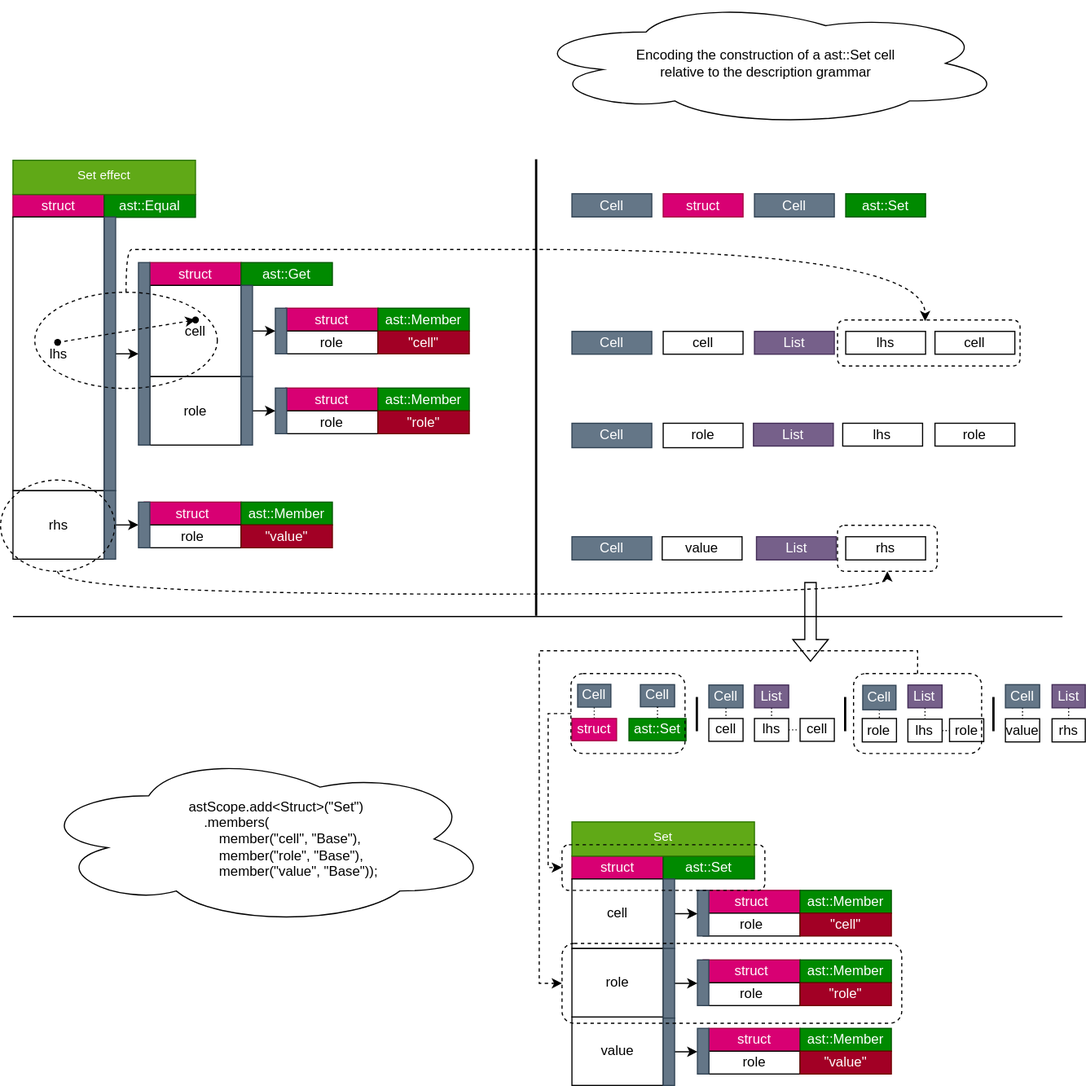
Above: doc/diagrams/SampleBuilder.svg in hun-nemethpeter/InfoCell (draw.io), before the change. Source tidied: cells renumbered, new cells last; positions are measured from the earlier drawing's top-left corner, leaving out a move shared by most shapes.
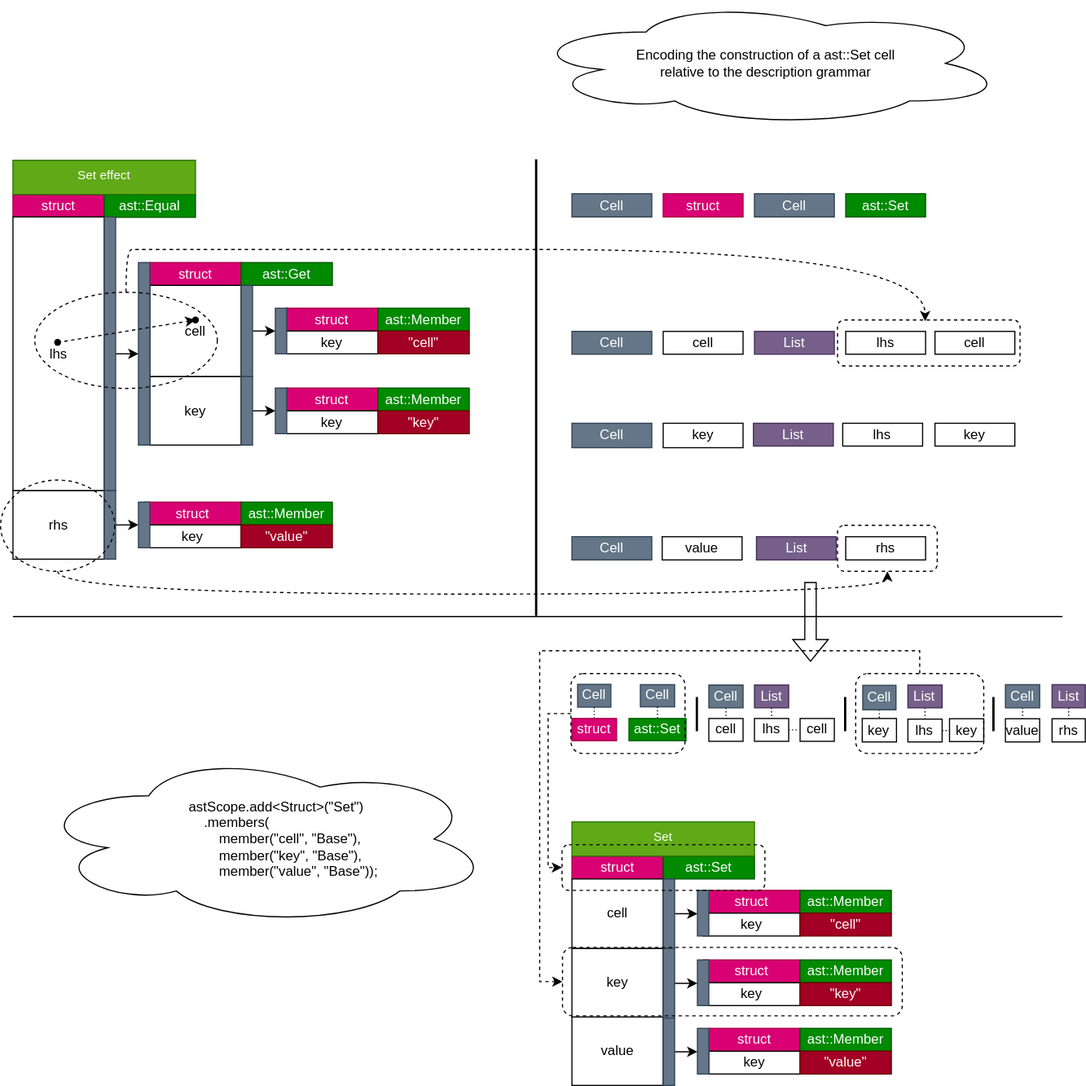
Above is the later version.

Diff of the diagram source:
```diff
@@ -50,13 +50,13 @@
     <mxCell id="15" value="List" style="rounded=0;whiteSpace=wrap;html=1;fillColor=#76608a;fontColor=#ffffff;strokeColor=#432D57;" parent="1" vertex="1">
       <mxGeometry x="660" y="370.5" width="70" height="20" as="geometry" />
     </mxCell>
-    <mxCell id="16" value="role" style="rounded=0;whiteSpace=wrap;html=1;" parent="1" vertex="1">
+    <mxCell id="16" value="key" style="rounded=0;whiteSpace=wrap;html=1;" parent="1" vertex="1">
       <mxGeometry x="580.9" y="370.5" width="70" height="21.4" as="geometry" />
     </mxCell>
     <mxCell id="17" value="lhs" style="rounded=0;whiteSpace=wrap;html=1;" parent="1" vertex="1">
       <mxGeometry x="738.2" y="370.5" width="70" height="20" as="geometry" />
     </mxCell>
-    <mxCell id="18" value="role" style="rounded=0;whiteSpace=wrap;html=1;" parent="1" vertex="1">
+    <mxCell id="18" value="key" style="rounded=0;whiteSpace=wrap;html=1;" parent="1" vertex="1">
       <mxGeometry x="819.1" y="370.5" width="70" height="20" as="geometry" />
     </mxCell>
     <mxCell id="19" value="Cell" style="rounded=0;whiteSpace=wrap;html=1;fillColor=#647687;fontColor=#ffffff;strokeColor=#314354;" parent="1" vertex="1">
@@ -95,7 +95,7 @@
     <mxCell id="30" value="cell" style="rounded=0;whiteSpace=wrap;html=1;" parent="1" vertex="1">
       <mxGeometry x="130.9" y="249.7" width="80" height="80" as="geometry" />
     </mxCell>
-    <mxCell id="31" value="role" style="rounded=0;whiteSpace=wrap;html=1;" parent="1" vertex="1">
+    <mxCell id="31" value="key" style="rounded=0;whiteSpace=wrap;html=1;" parent="1" vertex="1">
       <mxGeometry x="130.9" y="329.7" width="80" height="60" as="geometry" />
     </mxCell>
     <mxCell id="32" style="rounded=0;whiteSpace=wrap;html=1;fontFamily=Helvetica;fontSize=11;fontColor=#ffffff;fillColor=#647687;strokeColor=#314354;" parent="1" vertex="1">
@@ -107,7 +107,7 @@
     <mxCell id="34" value="ast::Member" style="rounded=0;whiteSpace=wrap;html=1;fillColor=#008a00;fontColor=#ffffff;strokeColor=#005700;" parent="1" vertex="1">
       <mxGeometry x="330.9" y="269.7" width="80" height="20" as="geometry" />
     </mxCell>
-    <mxCell id="35" value="role" style="rounded=0;whiteSpace=wrap;html=1;" parent="1" vertex="1">
+    <mxCell id="35" value="key" style="rounded=0;whiteSpace=wrap;html=1;" parent="1" vertex="1">
       <mxGeometry x="250" y="289.7" width="80.9" height="20" as="geometry" />
     </mxCell>
     <mxCell id="36" value="&quot;cell&quot;" style="rounded=0;whiteSpace=wrap;html=1;fillColor=#a20025;fontColor=#ffffff;strokeColor=#6F0000;" parent="1" vertex="1">
@@ -122,10 +122,10 @@
     <mxCell id="39" value="ast::Member" style="rounded=0;whiteSpace=wrap;html=1;fillColor=#008a00;fontColor=#ffffff;strokeColor=#005700;" parent="1" vertex="1">
       <mxGeometry x="330.9" y="339.7" width="80" height="20" as="geometry" />
     </mxCell>
-    <mxCell id="40" value="role" style="rounded=0;whiteSpace=wrap;html=1;" parent="1" vertex="1">
+    <mxCell id="40" value="key" style="rounded=0;whiteSpace=wrap;html=1;" parent="1" vertex="1">
       <mxGeometry x="250" y="359.7" width="80.9" height="20" as="geometry" />
     </mxCell>
-    <mxCell id="41" value="&quot;role&quot;" style="rounded=0;whiteSpace=wrap;html=1;fillColor=#a20025;fontColor=#ffffff;strokeColor=#6F0000;" parent="1" vertex="1">
+    <mxCell id="41" value="&quot;key&quot;" style="rounded=0;whiteSpace=wrap;html=1;fillColor=#a20025;fontColor=#ffffff;strokeColor=#6F0000;" parent="1" vertex="1">
       <mxGeometry x="330.9" y="359.7" width="80" height="20" as="geometry" />
     </mxCell>
     <mxCell id="42" style="rounded=0;whiteSpace=wrap;html=1;fontFamily=Helvetica;fontSize=11;fontColor=#ffffff;fillColor=#647687;strokeColor=#314354;" parent="1" vertex="1">
@@ -161,7 +161,7 @@
     <mxCell id="52" value="ast::Member" style="rounded=0;whiteSpace=wrap;html=1;fillColor=#008a00;fontColor=#ffffff;strokeColor=#005700;" parent="1" vertex="1">
       <mxGeometry x="210.9" y="439.7" width="80" height="20" as="geometry" />
     </mxCell>
-    <mxCell id="53" value="role" style="rounded=0;whiteSpace=wrap;html=1;" parent="1" vertex="1">
+    <mxCell id="53" value="key" style="rounded=0;whiteSpace=wrap;html=1;" parent="1" vertex="1">
       <mxGeometry x="125.9" y="459.7" width="85" height="20" as="geometry" />
     </mxCell>
     <mxCell id="54" value="&quot;value&quot;" style="rounded=0;whiteSpace=wrap;html=1;fillColor=#a20025;fontColor=#ffffff;strokeColor=#6F0000;" parent="1" vertex="1">
@@ -170,7 +170,7 @@
     <mxCell id="55" style="rounded=0;whiteSpace=wrap;html=1;fontFamily=Helvetica;fontSize=11;fontColor=#ffffff;fillColor=#647687;strokeColor=#314354;" parent="1" vertex="1">
       <mxGeometry x="120.9" y="439.7" width="10" height="40" as="geometry" />
     </mxCell>
-    <mxCell id="56" value="&lt;blockquote style=&quot;margin: 0 0 0 40px; border: none; padding: 0px;&quot;&gt;&lt;blockquote style=&quot;margin: 0 0 0 40px; border: none; padding: 0px;&quot;&gt;&lt;blockquote style=&quot;margin: 0 0 0 40px; border: none; padding: 0px;&quot;&gt;&lt;div&gt;&amp;nbsp; &amp;nbsp; astScope.add&amp;lt;Struct&amp;gt;(&quot;Set&quot;)&lt;/div&gt;&lt;/blockquote&gt;&lt;/blockquote&gt;&lt;blockquote style=&quot;margin: 0 0 0 40px; border: none; padding: 0px;&quot;&gt;&lt;blockquote style=&quot;margin: 0 0 0 40px; border: none; padding: 0px;&quot;&gt;&lt;div&gt;&lt;span style=&quot;background-color: transparent; color: light-dark(rgb(0, 0, 0), rgb(255, 255, 255));&quot;&gt;&amp;nbsp; &amp;nbsp; &amp;nbsp; &amp;nbsp; .members(&lt;/span&gt;&lt;/div&gt;&lt;/blockquote&gt;&lt;/blockquote&gt;&lt;blockquote style=&quot;margin: 0 0 0 40px; border: none; padding: 0px;&quot;&gt;&lt;blockquote style=&quot;margin: 0 0 0 40px; border: none; padding: 0px;&quot;&gt;&lt;div&gt;&amp;nbsp; &amp;nbsp; &amp;nbsp; &amp;nbsp; &amp;nbsp; &amp;nbsp; member(&quot;cell&quot;, &quot;Base&quot;),&lt;/div&gt;&lt;/blockquote&gt;&lt;/blockquote&gt;&lt;blockquote style=&quot;margin: 0 0 0 40px; border: none; padding: 0px;&quot;&gt;&lt;blockquote style=&quot;margin: 0 0 0 40px; border: none; padding: 0px;&quot;&gt;&lt;div&gt;&amp;nbsp; &amp;nbsp; &amp;nbsp; &amp;nbsp; &amp;nbsp; &amp;nbsp; member(&quot;role&quot;, &quot;Base&quot;),&lt;/div&gt;&lt;/blockquote&gt;&lt;/blockquote&gt;&lt;blockquote style=&quot;margin: 0 0 0 40px; border: none; padding: 0px;&quot;&gt;&lt;blockquote style=&quot;margin: 0 0 0 40px; border: none; padding: 0px;&quot;&gt;&lt;div&gt;&amp;nbsp; &amp;nbsp; &amp;nbsp; &amp;nbsp; &amp;nbsp; &amp;nbsp; member(&quot;value&quot;, &quot;Base&quot;));&lt;/div&gt;&lt;/blockquote&gt;&lt;/blockquote&gt;&lt;/blockquote&gt;" style="ellipse;shape=cloud;whiteSpace=wrap;html=1;align=left;" parent="1" vertex="1">
+    <mxCell id="56" value="&lt;blockquote style=&quot;margin: 0 0 0 40px; border: none; padding: 0px;&quot;&gt;&lt;blockquote style=&quot;margin: 0 0 0 40px; border: none; padding: 0px;&quot;&gt;&lt;blockquote style=&quot;margin: 0 0 0 40px; border: none; padding: 0px;&quot;&gt;&lt;div&gt;&amp;nbsp; &amp;nbsp; astScope.add&amp;lt;Struct&amp;gt;(&quot;Set&quot;)&lt;/div&gt;&lt;/blockquote&gt;&lt;/blockquote&gt;&lt;blockquote style=&quot;margin: 0 0 0 40px; border: none; padding: 0px;&quot;&gt;&lt;blockquote style=&quot;margin: 0 0 0 40px; border: none; padding: 0px;&quot;&gt;&lt;div&gt;&lt;span style=&quot;background-color: transparent; color: light-dark(rgb(0, 0, 0), rgb(255, 255, 255));&quot;&gt;&amp;nbsp; &amp;nbsp; &amp;nbsp; &amp;nbsp; .members(&lt;/span&gt;&lt;/div&gt;&lt;/blockquote&gt;&lt;/blockquote&gt;&lt;blockquote style=&quot;margin: 0 0 0 40px; border: none; padding: 0px;&quot;&gt;&lt;blockquote style=&quot;margin: 0 0 0 40px; border: none; padding: 0px;&quot;&gt;&lt;div&gt;&amp;nbsp; &amp;nbsp; &amp;nbsp; &amp;nbsp; &amp;nbsp; &amp;nbsp; member(&quot;cell&quot;, &quot;Base&quot;),&lt;/div&gt;&lt;/blockquote&gt;&lt;/blockquote&gt;&lt;blockquote style=&quot;margin: 0 0 0 40px; border: none; padding: 0px;&quot;&gt;&lt;blockquote style=&quot;margin: 0 0 0 40px; border: none; padding: 0px;&quot;&gt;&lt;div&gt;&amp;nbsp; &amp;nbsp; &amp;nbsp; &amp;nbsp; &amp;nbsp; &amp;nbsp; member(&quot;key&quot;, &quot;Base&quot;),&lt;/div&gt;&lt;/blockquote&gt;&lt;/blockquote&gt;&lt;blockquote style=&quot;margin: 0 0 0 40px; border: none; padding: 0px;&quot;&gt;&lt;blockquote style=&quot;margin: 0 0 0 40px; border: none; padding: 0px;&quot;&gt;&lt;div&gt;&amp;nbsp; &amp;nbsp; &amp;nbsp; &amp;nbsp; &amp;nbsp; &amp;nbsp; member(&quot;value&quot;, &quot;Base&quot;));&lt;/div&gt;&lt;/blockquote&gt;&lt;/blockquote&gt;&lt;/blockquote&gt;" style="ellipse;shape=cloud;whiteSpace=wrap;html=1;align=left;" parent="1" vertex="1">
       <mxGeometry x="30" y="659.1" width="400" height="151.8" as="geometry" />
     </mxCell>
     <mxCell id="57" style="rounded=1;whiteSpace=wrap;html=1;fillColor=none;dashed=1;" parent="1" vertex="1">
@@ -253,7 +253,7 @@
     <mxCell id="81" value="List" style="rounded=0;whiteSpace=wrap;html=1;fillColor=#76608a;fontColor=#ffffff;strokeColor=#432D57;" parent="1" vertex="1">
       <mxGeometry x="795.4" y="600" width="30" height="20" as="geometry" />
     </mxCell>
-    <mxCell id="82" value="role" style="rounded=0;whiteSpace=wrap;html=1;" parent="1" vertex="1">
+    <mxCell id="82" value="key" style="rounded=0;whiteSpace=wrap;html=1;" parent="1" vertex="1">
       <mxGeometry x="755.4" y="629.3" width="30" height="20.6" as="geometry" />
     </mxCell>
     <mxCell id="83" style="edgeStyle=orthogonalEdgeStyle;rounded=0;jettySize=auto;html=1;exitX=1;exitY=0.5;exitDx=0;exitDy=0;entryX=0;entryY=0.5;entryDx=0;entryDy=0;endArrow=none;endFill=0;dashed=1;dashPattern=1 2;" parent="1" edge="1" source="84" target="85">
@@ -262,7 +262,7 @@
     <mxCell id="84" value="lhs" style="rounded=0;whiteSpace=wrap;html=1;" parent="1" vertex="1">
       <mxGeometry x="795.4" y="629.9" width="30" height="20" as="geometry" />
     </mxCell>
-    <mxCell id="85" value="role" style="rounded=0;whiteSpace=wrap;html=1;" parent="1" vertex="1">
+    <mxCell id="85" value="key" style="rounded=0;whiteSpace=wrap;html=1;" parent="1" vertex="1">
       <mxGeometry x="831.9" y="629.6" width="30" height="20" as="geometry" />
     </mxCell>
     <mxCell id="86" style="edgeStyle=orthogonalEdgeStyle;rounded=0;jettySize=auto;html=1;exitX=0.5;exitY=1;exitDx=0;exitDy=0;entryX=0.5;entryY=0;entryDx=0;entryDy=0;endArrow=none;endFill=0;dashed=1;dashPattern=1 2;" parent="1" edge="1" source="87" target="90">
@@ -328,7 +328,7 @@
     <mxCell id="103" value="ast::Member" style="rounded=0;whiteSpace=wrap;html=1;fillColor=#008a00;fontColor=#ffffff;strokeColor=#005700;" parent="1" vertex="1">
       <mxGeometry x="700.9" y="780" width="80" height="20" as="geometry" />
     </mxCell>
-    <mxCell id="104" value="role" style="rounded=0;whiteSpace=wrap;html=1;" parent="1" vertex="1">
+    <mxCell id="104" value="key" style="rounded=0;whiteSpace=wrap;html=1;" parent="1" vertex="1">
       <mxGeometry x="615.9" y="800" width="85" height="20" as="geometry" />
     </mxCell>
     <mxCell id="105" value="&quot;cell&quot;" style="rounded=0;whiteSpace=wrap;html=1;fillColor=#a20025;fontColor=#ffffff;strokeColor=#6F0000;" parent="1" vertex="1">
@@ -343,10 +343,10 @@
     <mxCell id="108" value="ast::Member" style="rounded=0;whiteSpace=wrap;html=1;fillColor=#008a00;fontColor=#ffffff;strokeColor=#005700;" parent="1" vertex="1">
       <mxGeometry x="700.9" y="841" width="80" height="20" as="geometry" />
     </mxCell>
-    <mxCell id="109" value="role" style="rounded=0;whiteSpace=wrap;html=1;" parent="1" vertex="1">
+    <mxCell id="109" value="key" style="rounded=0;whiteSpace=wrap;html=1;" parent="1" vertex="1">
       <mxGeometry x="615.9" y="861" width="85" height="20" as="geometry" />
     </mxCell>
-    <mxCell id="110" value="&quot;role&quot;" style="rounded=0;whiteSpace=wrap;html=1;fillColor=#a20025;fontColor=#ffffff;strokeColor=#6F0000;" parent="1" vertex="1">
+    <mxCell id="110" value="&quot;key&quot;" style="rounded=0;whiteSpace=wrap;html=1;fillColor=#a20025;fontColor=#ffffff;strokeColor=#6F0000;" parent="1" vertex="1">
       <mxGeometry x="700.9" y="861" width="80" height="20" as="geometry" />
     </mxCell>
     <mxCell id="111" style="rounded=0;whiteSpace=wrap;html=1;fontFamily=Helvetica;fontSize=11;fontColor=#ffffff;fillColor=#647687;strokeColor=#314354;" parent="1" vertex="1">
@@ -364,7 +364,7 @@
     <mxCell id="115" value="ast::Member" style="rounded=0;whiteSpace=wrap;html=1;fillColor=#008a00;fontColor=#ffffff;strokeColor=#005700;" parent="1" vertex="1">
       <mxGeometry x="700.9" y="901" width="80" height="20" as="geometry" />
     </mxCell>
-    <mxCell id="116" value="role" style="rounded=0;whiteSpace=wrap;html=1;" parent="1" vertex="1">
+    <mxCell id="116" value="key" style="rounded=0;whiteSpace=wrap;html=1;" parent="1" vertex="1">
       <mxGeometry x="620.9" y="921" width="80" height="20" as="geometry" />
     </mxCell>
     <mxCell id="117" value="&quot;value&quot;" style="rounded=0;whiteSpace=wrap;html=1;fillColor=#a20025;fontColor=#ffffff;strokeColor=#6F0000;" parent="1" vertex="1">
@@ -373,7 +373,7 @@
     <mxCell id="118" style="rounded=0;whiteSpace=wrap;html=1;fontFamily=Helvetica;fontSize=11;fontColor=#ffffff;fillColor=#647687;strokeColor=#314354;" parent="1" vertex="1">
       <mxGeometry x="610.9" y="901" width="10" height="40" as="geometry" />
     </mxCell>
-    <mxCell id="119" value="role" style="rounded=0;whiteSpace=wrap;html=1;" parent="1" vertex="1">
+    <mxCell id="119" value="key" style="rounded=0;whiteSpace=wrap;html=1;" parent="1" vertex="1">
       <mxGeometry x="500.9" y="831" width="80" height="60" as="geometry" />
     </mxCell>
     <mxCell id="120" style="edgeStyle=orthogonalEdgeStyle;rounded=0;jettySize=auto;html=1;exitX=1;exitY=0.5;exitDx=0;exitDy=0;entryX=0;entryY=0.5;entryDx=0;entryDy=0;" parent="1" edge="1" source="121" target="111">
@@ -401,10 +401,10 @@
       <mxGeometry relative="1" as="geometry" />
     </mxCell>
     <mxCell id="128" style="rounded=1;whiteSpace=wrap;html=1;fillColor=none;dashed=1;" parent="1" vertex="1">
-      <mxGeometry x="747.7" y="590" width="112.3" height="70" as="geometry" />
+      <mxGeometry x="749.6" y="590" width="112.3" height="70" as="geometry" />
     </mxCell>
     <mxCell id="129" style="rounded=1;whiteSpace=wrap;html=1;fillColor=none;dashed=1;" parent="1" vertex="1">
-      <mxGeometry x="492.2" y="826.5" width="297.8" height="70" as="geometry" />
+      <mxGeometry x="492.6" y="830" width="297.8" height="60" as="geometry" />
     </mxCell>
     <mxCell id="130" style="shape=flexArrow;endArrow=classic;html=1;rounded=0;" parent="1" edge="1">
       <mxGeometry relative="1" as="geometry">
```
